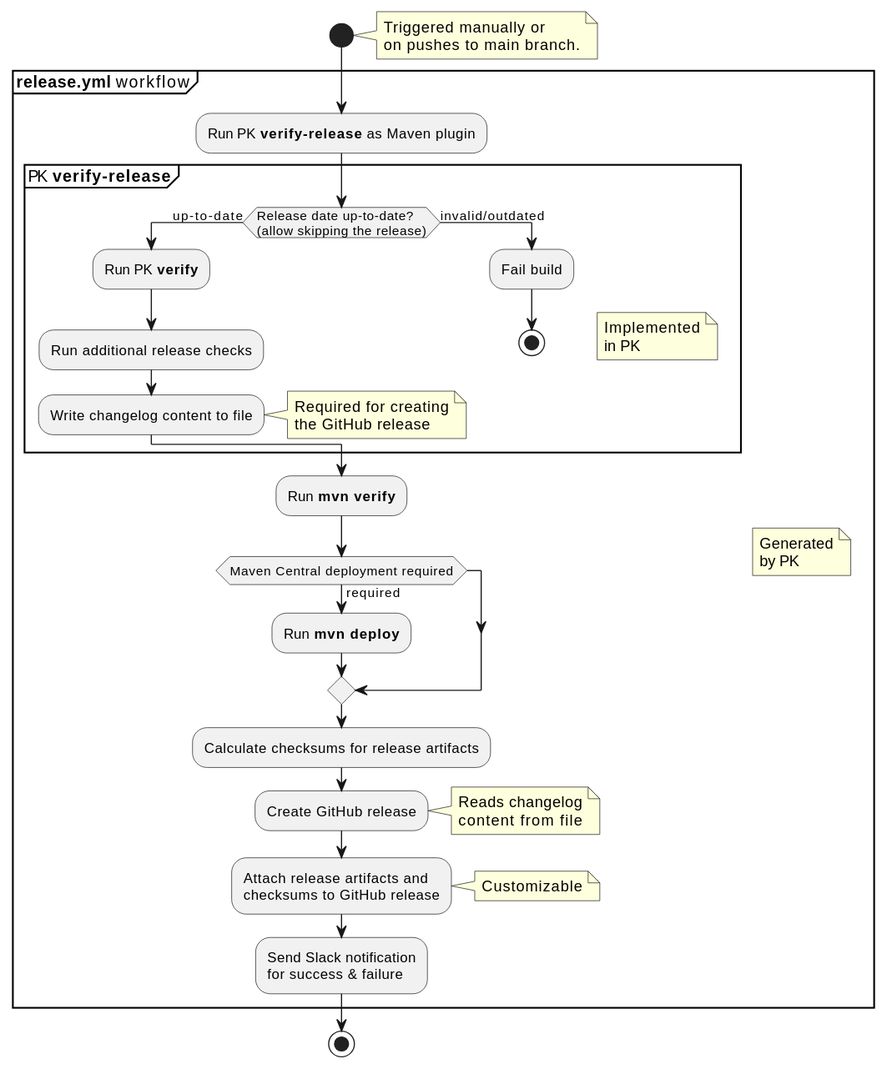
Before: doc/requirements/images/release_process.svg, a diagram exported from PlantUML (exasol/project-keeper). Source of this version:
```plantuml
@startuml
start
note right
  Triggered manually or
  on pushes to main branch.
end note
group **release.yml** workflow
  note right
    Generated
    by PK
  end note
  :Run PK **verify-release** as Maven plugin;
  group PK **verify-release**
    note right
      Implemented
      in PK
    end note
    if(Release date up-to-date?\n(allow skipping the release)) then (up-to-date)
      :Run PK **verify**;
      :Run additional release checks;
      :Write changelog content to file;
      note right
        Required for creating
        the GitHub release
      end note
    else (invalid/outdated)
      :Fail build;
      stop
    endif
  end group
  :Run **mvn verify**;
  if(Maven Central deployment required) then (required)
    :Run **mvn deploy**;
  endif
  :Calculate checksums for release artifacts;
  :Create GitHub release;
  note right
    Reads changelog
    content from file
  end note
  :Attach release artifacts and
  checksums to GitHub release;
  note right
    Customizable
  end note
  :Send Slack notification
  for success & failure;
end group
stop
@enduml
```
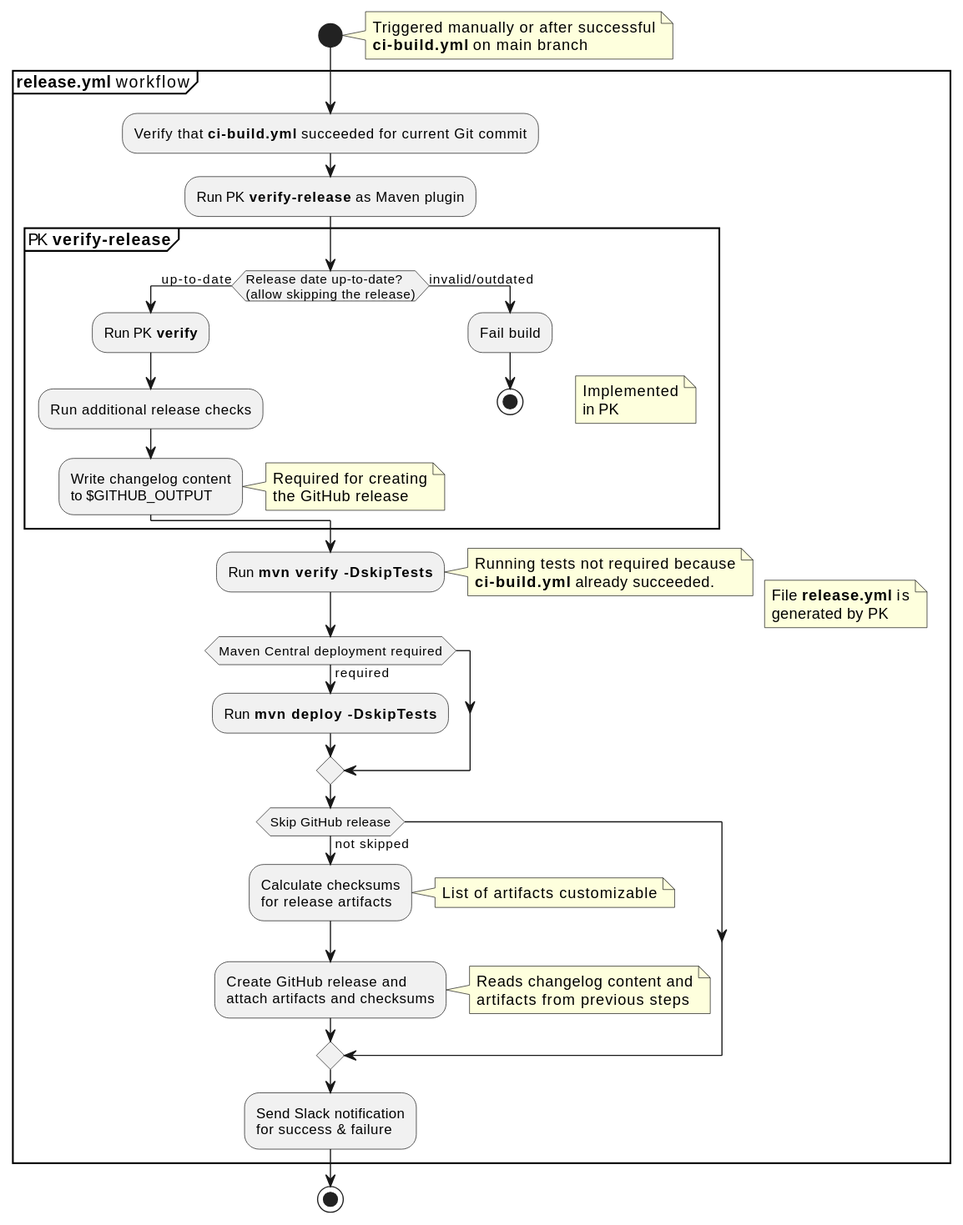
Above is the later version.

The edit, as a diff of the source:
```diff
@@ -1,14 +1,15 @@
 @startuml
 start
 note right
-  Triggered manually or
-  on pushes to main branch.
+  Triggered manually or after successful
+  **ci-build.yml** on main branch
 end note
 group **release.yml** workflow
   note right
-    Generated
-    by PK
+    File **release.yml** is
+    generated by PK
   end note
+  :Verify that **ci-build.yml** succeeded for current Git commit;
   :Run PK **verify-release** as Maven plugin;
   group PK **verify-release**
     note right
@@ -18,7 +19,7 @@
     if(Release date up-to-date?\n(allow skipping the release)) then (up-to-date)
       :Run PK **verify**;
       :Run additional release checks;
-      :Write changelog content to file;
+      :Write changelog content\nto $GITHUB_OUTPUT;
       note right
         Required for creating
         the GitHub release
@@ -28,21 +29,26 @@
       stop
     endif
   end group
-  :Run **mvn verify**;
+  :Run **mvn verify -DskipTests**;
+  note right
+    Running tests not required because
+    **ci-build.yml** already succeeded.
+  end note
   if(Maven Central deployment required) then (required)
-    :Run **mvn deploy**;
+    :Run **mvn deploy -DskipTests**;
   endif
-  :Calculate checksums for release artifacts;
-  :Create GitHub release;
-  note right
-    Reads changelog
-    content from file
-  end note
-  :Attach release artifacts and
-  checksums to GitHub release;
-  note right
-    Customizable
-  end note
+  if(Skip GitHub release) then (not skipped)
+    :Calculate checksums\nfor release artifacts;
+    note right
+      List of artifacts customizable
+    end note
+    :Create GitHub release and
+    attach artifacts and checksums;
+    note right
+      Reads changelog content and
+      artifacts from previous steps
+    end note
+  endif
   :Send Slack notification
   for success & failure;
 end group
```
